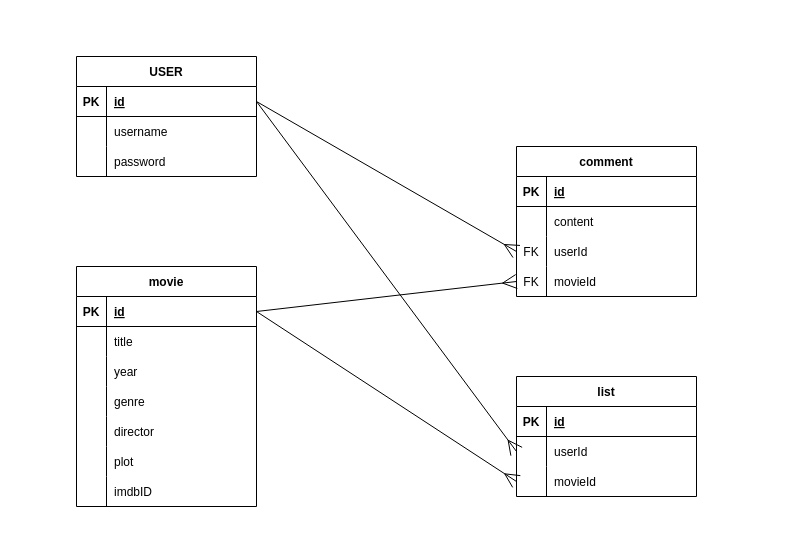
Before: ERD.drawio in Heiner000/project-2, a draw.io diagram. Source tidied: cells renumbered, new cells numbered last; positions are measured from the earlier drawing's top-left corner, leaving out a move shared by most shapes. Both pictures are drawn from the tidied source at 100%, with x=0, y=0 at pixel (76, 56).
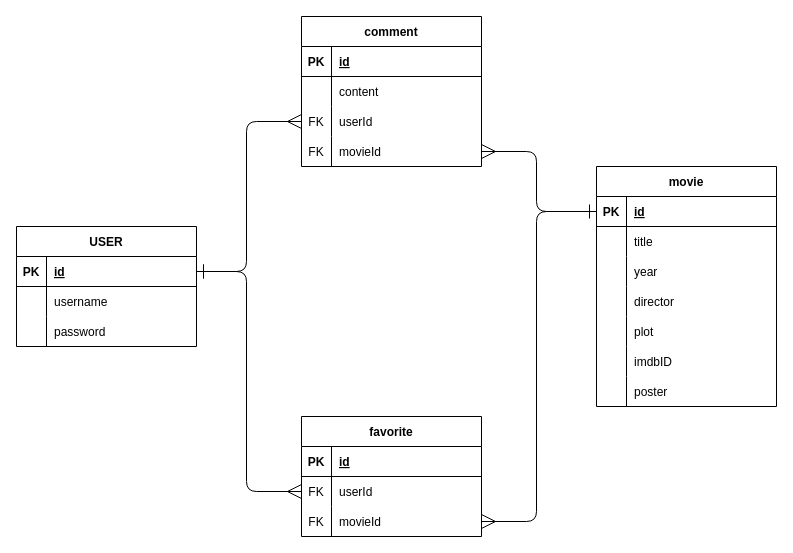
Above is the later version.

The change refers to these unchanged cells:
```xml
<mxCell id="3" style="shape=tableRow;horizontal=0;startSize=0;swimlaneHead=0;swimlaneBody=0;fillColor=none;points=[[0,0.5],[1,0.5]];portConstraint=eastwest;top=0;left=0;right=0;bottom=1;" parent="2" vertex="1">
  <mxGeometry y="30" width="180" height="30" as="geometry" />
</mxCell>
<mxCell id="25" style="shape=tableRow;horizontal=0;startSize=0;swimlaneHead=0;swimlaneBody=0;fillColor=none;points=[[0,0.5],[1,0.5]];portConstraint=eastwest;top=0;left=0;right=0;bottom=1;" parent="24" vertex="1">
  <mxGeometry y="30" width="180" height="30" as="geometry" />
</mxCell>
<mxCell id="41" style="shape=tableRow;horizontal=0;startSize=0;swimlaneHead=0;swimlaneBody=0;fillColor=none;points=[[0,0.5],[1,0.5]];portConstraint=eastwest;top=0;left=0;right=0;bottom=0;" parent="34" vertex="1">
  <mxGeometry y="90" width="180" height="30" as="geometry" />
</mxCell>
<mxCell id="44" style="shape=tableRow;horizontal=0;startSize=0;swimlaneHead=0;swimlaneBody=0;fillColor=none;points=[[0,0.5],[1,0.5]];portConstraint=eastwest;top=0;left=0;right=0;bottom=0;" parent="34" vertex="1">
  <mxGeometry y="120" width="180" height="30" as="geometry" />
</mxCell>
<mxCell id="53" style="shape=tableRow;horizontal=0;startSize=0;swimlaneHead=0;swimlaneBody=0;fillColor=none;points=[[0,0.5],[1,0.5]];portConstraint=eastwest;top=0;left=0;right=0;bottom=0;" parent="49" vertex="1">
  <mxGeometry y="60" width="180" height="30" as="geometry" />
</mxCell>
<mxCell id="56" style="shape=tableRow;horizontal=0;startSize=0;swimlaneHead=0;swimlaneBody=0;fillColor=none;points=[[0,0.5],[1,0.5]];portConstraint=eastwest;top=0;left=0;right=0;bottom=0;" parent="49" vertex="1">
  <mxGeometry y="90" width="180" height="30" as="geometry" />
</mxCell>
```

What changed in the source:
```diff
@@
     <mxCell id="2" value="movie" style="shape=table;startSize=30;childLayout=tableLayout;rowLines=0;fontStyle=1;align=center;" parent="1" vertex="1">
-      <mxGeometry y="210" width="180" height="240" as="geometry" />
+      <mxGeometry x="520" y="110" width="180" height="240" as="geometry" />
     </mxCell>
@@
-    <mxCell id="12" style="shape=tableRow;horizontal=0;startSize=0;swimlaneHead=0;swimlaneBody=0;fillColor=none;top=0;left=0;right=0;bottom=0;" parent="2" vertex="1">
-      <mxGeometry y="120" width="180" height="30" as="geometry" />
-    </mxCell>
-    <mxCell id="13" style="shape=partialRectangle;fillColor=none;top=0;left=0;bottom=0;right=0;overflow=hidden;" parent="12" vertex="1">
-      <mxGeometry width="30" height="30" as="geometry" />
-    </mxCell>
-    <mxCell id="14" value="genre" style="shape=partialRectangle;fillColor=none;top=0;left=0;bottom=0;right=0;align=left;spacingLeft=6;overflow=hidden;" parent="12" vertex="1">
-      <mxGeometry x="30" width="150" height="30" as="geometry" />
-    </mxCell>
     <mxCell id="15" style="shape=tableRow;horizontal=0;startSize=0;swimlaneHead=0;swimlaneBody=0;fillColor=none;top=0;left=0;right=0;bottom=0;" parent="2" vertex="1">
-      <mxGeometry y="150" width="180" height="30" as="geometry" />
+      <mxGeometry y="120" width="180" height="30" as="geometry" />
     </mxCell>
@@
     <mxCell id="18" style="shape=tableRow;horizontal=0;startSize=0;swimlaneHead=0;swimlaneBody=0;fillColor=none;top=0;left=0;right=0;bottom=0;" parent="2" vertex="1">
-      <mxGeometry y="180" width="180" height="30" as="geometry" />
+      <mxGeometry y="150" width="180" height="30" as="geometry" />
     </mxCell>
@@
     <mxCell id="21" style="shape=tableRow;horizontal=0;startSize=0;swimlaneHead=0;swimlaneBody=0;fillColor=none;top=0;left=0;right=0;bottom=0;" parent="2" vertex="1">
-      <mxGeometry y="210" width="180" height="30" as="geometry" />
+      <mxGeometry y="180" width="180" height="30" as="geometry" />
     </mxCell>
@@
+    <mxCell id="61" style="shape=tableRow;horizontal=0;startSize=0;swimlaneHead=0;swimlaneBody=0;fillColor=none;top=0;left=0;right=0;bottom=0;" parent="2" vertex="1">
+      <mxGeometry y="210" width="180" height="30" as="geometry" />
+    </mxCell>
+    <mxCell id="13" style="shape=partialRectangle;fillColor=none;top=0;left=0;bottom=0;right=0;overflow=hidden;" parent="61" vertex="1">
+      <mxGeometry width="30" height="30" as="geometry" />
+    </mxCell>
+    <mxCell id="62" value="poster" style="shape=partialRectangle;fillColor=none;top=0;left=0;bottom=0;right=0;align=left;spacingLeft=6;overflow=hidden;" parent="61" vertex="1">
+      <mxGeometry x="30" width="150" height="30" as="geometry" />
+    </mxCell>
     <mxCell id="24" value="USER" style="shape=table;startSize=30;childLayout=tableLayout;rowLines=0;fontStyle=1;align=center;" parent="1" vertex="1">
-      <mxGeometry width="180" height="120" as="geometry" />
+      <mxGeometry x="-60" y="170" width="180" height="120" as="geometry" />
     </mxCell>
@@
     <mxCell id="34" value="comment" style="shape=table;startSize=30;childLayout=tableLayout;rowLines=0;fontStyle=1;align=center;" parent="1" vertex="1">
-      <mxGeometry x="440" y="90" width="180" height="150" as="geometry" />
+      <mxGeometry x="225" y="-40" width="180" height="150" as="geometry" />
     </mxCell>
@@
-    <mxCell id="47" style="edgeStyle=none;html=1;exitX=1;exitY=0.5;exitDx=0;exitDy=0;entryX=0;entryY=0.5;entryDx=0;entryDy=0;endArrow=ERmany;endFill=0;endSize=12;startSize=12;" parent="1" edge="1" source="25" target="41">
-      <mxGeometry relative="1" as="geometry" />
+    <mxCell id="47" style="edgeStyle=none;html=1;exitX=1;exitY=0.5;exitDx=0;exitDy=0;entryX=0;entryY=0.5;entryDx=0;entryDy=0;endArrow=ERmany;endFill=0;endSize=12;startSize=12;startArrow=ERone;startFill=0;" parent="1" edge="1" source="25" target="41">
+      <mxGeometry relative="1" as="geometry">
+        <Array as="points">
+          <mxPoint x="170" y="215" />
+          <mxPoint x="170" y="65" />
+        </Array>
+      </mxGeometry>
     </mxCell>
-    <mxCell id="48" style="edgeStyle=none;html=1;exitX=1;exitY=0.5;exitDx=0;exitDy=0;entryX=0;entryY=0.5;entryDx=0;entryDy=0;endArrow=ERmany;endFill=0;startSize=12;endSize=12;" parent="1" edge="1" source="3" target="44">
-      <mxGeometry relative="1" as="geometry" />
+    <mxCell id="48" style="edgeStyle=none;html=1;exitX=0;exitY=0.5;exitDx=0;exitDy=0;entryX=1;entryY=0.5;entryDx=0;entryDy=0;endArrow=ERmany;endFill=0;startSize=12;endSize=12;rounded=1;startArrow=ERone;startFill=0;" parent="1" edge="1" source="3" target="44">
+      <mxGeometry relative="1" as="geometry">
+        <Array as="points">
+          <mxPoint x="460" y="155" />
+          <mxPoint x="460" y="95" />
+        </Array>
+      </mxGeometry>
     </mxCell>
-    <mxCell id="49" value="list" style="shape=table;startSize=30;childLayout=tableLayout;rowLines=0;fontStyle=1;align=center;" parent="1" vertex="1">
-      <mxGeometry x="440" y="320" width="180" height="120" as="geometry" />
+    <mxCell id="49" value="favorite" style="shape=table;startSize=30;childLayout=tableLayout;rowLines=0;fontStyle=1;align=center;" parent="1" vertex="1">
+      <mxGeometry x="225" y="360" width="180" height="120" as="geometry" />
     </mxCell>
@@
-    <mxCell id="54" style="shape=partialRectangle;fillColor=none;top=0;left=0;bottom=0;right=0;overflow=hidden;" parent="53" vertex="1">
+    <mxCell id="54" value="FK" style="shape=partialRectangle;fillColor=none;top=0;left=0;bottom=0;right=0;overflow=hidden;" parent="53" vertex="1">
       <mxGeometry width="30" height="30" as="geometry" />
     </mxCell>
@@
-    <mxCell id="57" style="shape=partialRectangle;fillColor=none;top=0;left=0;bottom=0;right=0;overflow=hidden;" parent="56" vertex="1">
+    <mxCell id="57" value="FK" style="shape=partialRectangle;fillColor=none;top=0;left=0;bottom=0;right=0;overflow=hidden;" parent="56" vertex="1">
       <mxGeometry width="30" height="30" as="geometry" />
     </mxCell>
@@
-    <mxCell id="59" style="edgeStyle=none;html=1;exitX=1;exitY=0.5;exitDx=0;exitDy=0;entryX=0;entryY=0.5;entryDx=0;entryDy=0;endArrow=ERmany;endFill=0;startSize=12;endSize=12;" parent="1" edge="1" source="25" target="53">
-      <mxGeometry relative="1" as="geometry" />
+    <mxCell id="59" style="edgeStyle=none;html=1;exitX=1;exitY=0.5;exitDx=0;exitDy=0;entryX=0;entryY=0.5;entryDx=0;entryDy=0;endArrow=ERmany;endFill=0;startSize=12;endSize=12;startArrow=ERone;startFill=0;" parent="1" edge="1" source="25" target="53">
+      <mxGeometry relative="1" as="geometry">
+        <Array as="points">
+          <mxPoint x="170" y="215" />
+          <mxPoint x="170" y="435" />
+        </Array>
+      </mxGeometry>
     </mxCell>
-    <mxCell id="60" style="edgeStyle=none;html=1;exitX=1;exitY=0.5;exitDx=0;exitDy=0;entryX=0;entryY=0.5;entryDx=0;entryDy=0;endArrow=ERmany;endFill=0;startSize=12;endSize=12;" parent="1" edge="1" source="3" target="56">
-      <mxGeometry relative="1" as="geometry" />
+    <mxCell id="60" style="edgeStyle=none;html=1;entryX=1;entryY=0.5;entryDx=0;entryDy=0;endArrow=ERmany;endFill=0;startSize=12;endSize=12;rounded=1;exitX=0;exitY=0.5;exitDx=0;exitDy=0;" parent="1" edge="1" source="3" target="56">
+      <mxGeometry relative="1" as="geometry">
+        <Array as="points">
+          <mxPoint x="460" y="155" />
+          <mxPoint x="460" y="465" />
+        </Array>
+      </mxGeometry>
     </mxCell>
```
